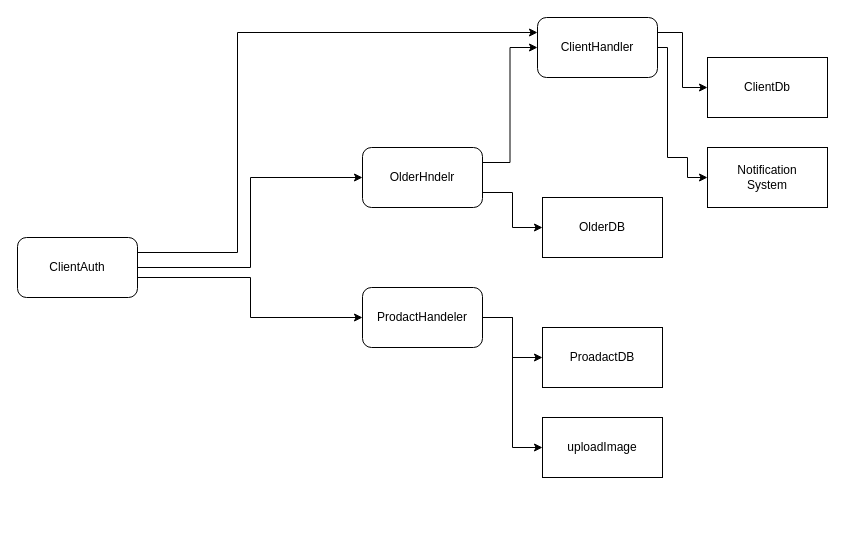
Earlier version of the draw.io diagram page "Page-2" (2 of 2) of assent/micro-servies.drawio (JustGigii/OlderSystem). Source tidied: cells renumbered, new cells numbered last; positions are measured from the earlier drawing's top-left corner, leaving out a move shared by most shapes. Both pictures are drawn from the tidied source at 100%, with x=0, y=0 at pixel (17, 17).
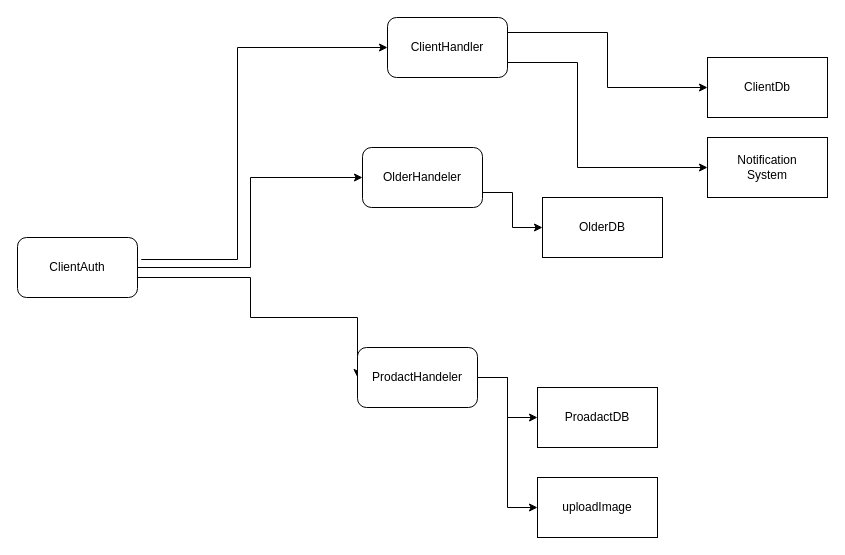
The same page after the edit.

The change refers to these unchanged cells:
```xml
<mxCell id="5" value="ClientAuth" style="rounded=1;whiteSpace=wrap;html=1;" parent="1" vertex="1">
  <mxGeometry y="220" width="120" height="60" as="geometry" />
</mxCell>
<mxCell id="19" value="ClientDb" style="whiteSpace=wrap;html=1;" parent="1" vertex="1">
  <mxGeometry x="690" y="40" width="120" height="60" as="geometry" />
</mxCell>
```

The edit, as a diff of the source:
```diff
@@
-    <mxCell id="4" style="edgeStyle=orthogonalEdgeStyle;rounded=0;jettySize=auto;html=1;exitX=1;exitY=0.25;exitDx=0;exitDy=0;entryX=0;entryY=0.25;entryDx=0;entryDy=0;" parent="1" edge="1" source="5" target="18">
-      <mxGeometry relative="1" as="geometry">
-        <Array as="points">
-          <mxPoint x="220" y="235" />
-          <mxPoint x="220" y="15" />
-        </Array>
-      </mxGeometry>
-    </mxCell>
@@
     <mxCell id="8" value="ProdactHandeler" style="rounded=1;whiteSpace=wrap;html=1;" parent="1" vertex="1">
-      <mxGeometry x="345" y="270" width="120" height="60" as="geometry" />
+      <mxGeometry x="340" y="330" width="120" height="60" as="geometry" />
     </mxCell>
@@
-    <mxCell id="10" style="edgeStyle=orthogonalEdgeStyle;rounded=0;jettySize=auto;html=1;exitX=1;exitY=0.25;exitDx=0;exitDy=0;entryX=0;entryY=0.5;entryDx=0;entryDy=0;" parent="1" edge="1" source="11" target="18">
-      <mxGeometry relative="1" as="geometry" />
+    <mxCell id="10" style="edgeStyle=orthogonalEdgeStyle;rounded=0;jettySize=auto;html=1;entryX=0;entryY=0.5;entryDx=0;entryDy=0;exitX=1.031;exitY=0.367;exitDx=0;exitDy=0;exitPerimeter=0;" parent="1" edge="1" source="5" target="18">
+      <mxGeometry relative="1" as="geometry">
+        <Array as="points">
+          <mxPoint x="220" y="242" />
+          <mxPoint x="220" y="30" />
+        </Array>
+      </mxGeometry>
     </mxCell>
-    <mxCell id="11" value="OlderHndelr" style="rounded=1;whiteSpace=wrap;html=1;" parent="1" vertex="1">
+    <mxCell id="11" value="OlderHandeler" style="rounded=1;whiteSpace=wrap;html=1;" parent="1" vertex="1">
       <mxGeometry x="345" y="130" width="120" height="60" as="geometry" />
     </mxCell>
     <mxCell id="12" value="uploadImage" style="whiteSpace=wrap;html=1;" parent="1" vertex="1">
-      <mxGeometry x="525" y="400" width="120" height="60" as="geometry" />
+      <mxGeometry x="520" y="460" width="120" height="60" as="geometry" />
     </mxCell>
     <mxCell id="13" value="ProadactDB" style="whiteSpace=wrap;html=1;" parent="1" vertex="1">
-      <mxGeometry x="525" y="310" width="120" height="60" as="geometry" />
+      <mxGeometry x="520" y="370" width="120" height="60" as="geometry" />
     </mxCell>
@@
     <mxCell id="15" value="Notification&lt;br&gt;System" style="whiteSpace=wrap;html=1;" parent="1" vertex="1">
-      <mxGeometry x="690" y="130" width="120" height="60" as="geometry" />
+      <mxGeometry x="690" y="120" width="120" height="60" as="geometry" />
     </mxCell>
+    <mxCell id="17" style="edgeStyle=orthogonalEdgeStyle;rounded=0;jettySize=auto;html=1;exitX=1;exitY=0.25;exitDx=0;exitDy=0;entryX=0;entryY=0.5;entryDx=0;entryDy=0;" parent="1" edge="1" source="18" target="19">
+      <mxGeometry relative="1" as="geometry" />
+    </mxCell>
-    <mxCell id="16" style="edgeStyle=orthogonalEdgeStyle;rounded=0;jettySize=auto;html=1;exitX=1;exitY=0.5;exitDx=0;exitDy=0;entryX=0;entryY=0.5;entryDx=0;entryDy=0;" parent="1" edge="1" source="18" target="15">
+    <mxCell id="16" style="edgeStyle=orthogonalEdgeStyle;rounded=0;jettySize=auto;html=1;exitX=1;exitY=0.75;exitDx=0;exitDy=0;entryX=0;entryY=0.5;entryDx=0;entryDy=0;" parent="1" edge="1" source="18" target="15">
       <mxGeometry relative="1" as="geometry">
         <Array as="points">
-          <mxPoint x="650" y="140" />
-          <mxPoint x="670" y="140" />
-          <mxPoint x="670" y="160" />
+          <mxPoint x="560" y="45" />
+          <mxPoint x="560" y="150" />
         </Array>
       </mxGeometry>
     </mxCell>
-    <mxCell id="17" style="edgeStyle=orthogonalEdgeStyle;rounded=0;jettySize=auto;html=1;exitX=1;exitY=0.25;exitDx=0;exitDy=0;entryX=0;entryY=0.5;entryDx=0;entryDy=0;" parent="1" edge="1" source="18" target="19">
-      <mxGeometry relative="1" as="geometry" />
-    </mxCell>
     <mxCell id="18" value="ClientHandler" style="rounded=1;whiteSpace=wrap;html=1;" parent="1" vertex="1">
-      <mxGeometry x="520" width="120" height="60" as="geometry" />
+      <mxGeometry x="370" width="120" height="60" as="geometry" />
     </mxCell>
```
